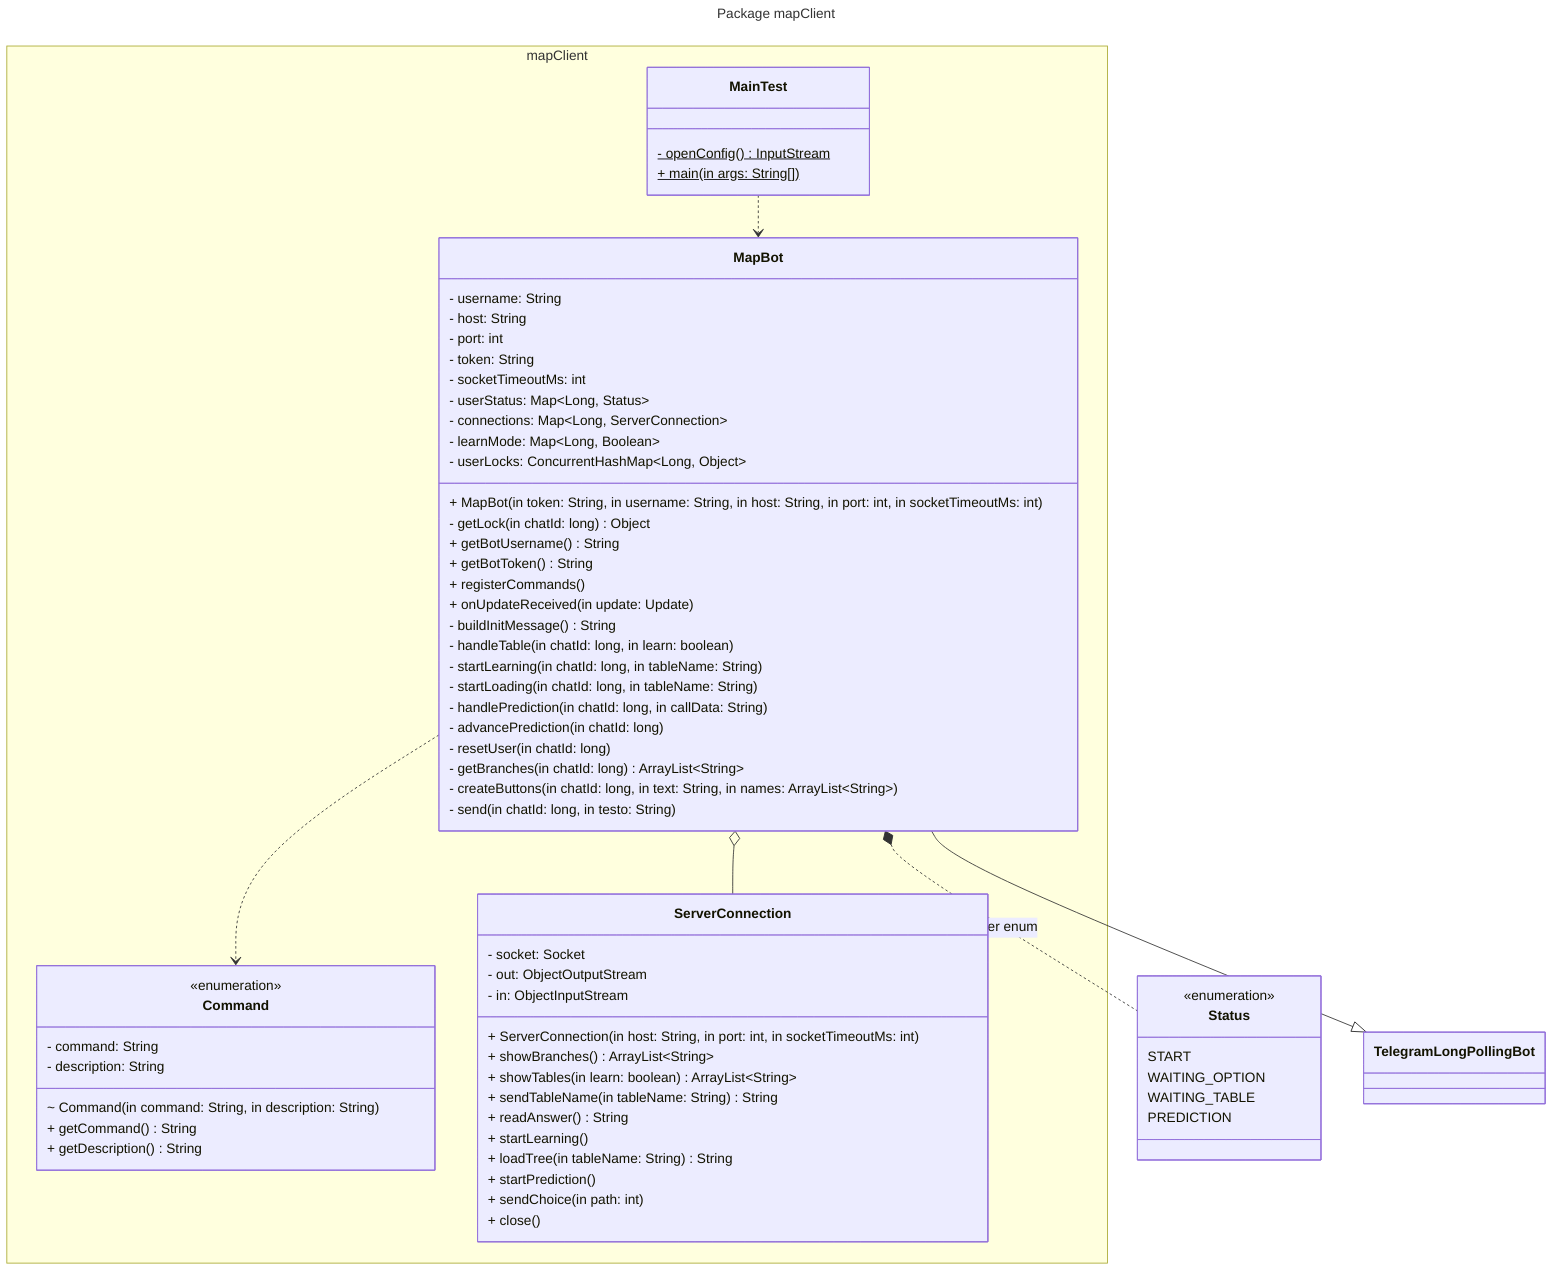
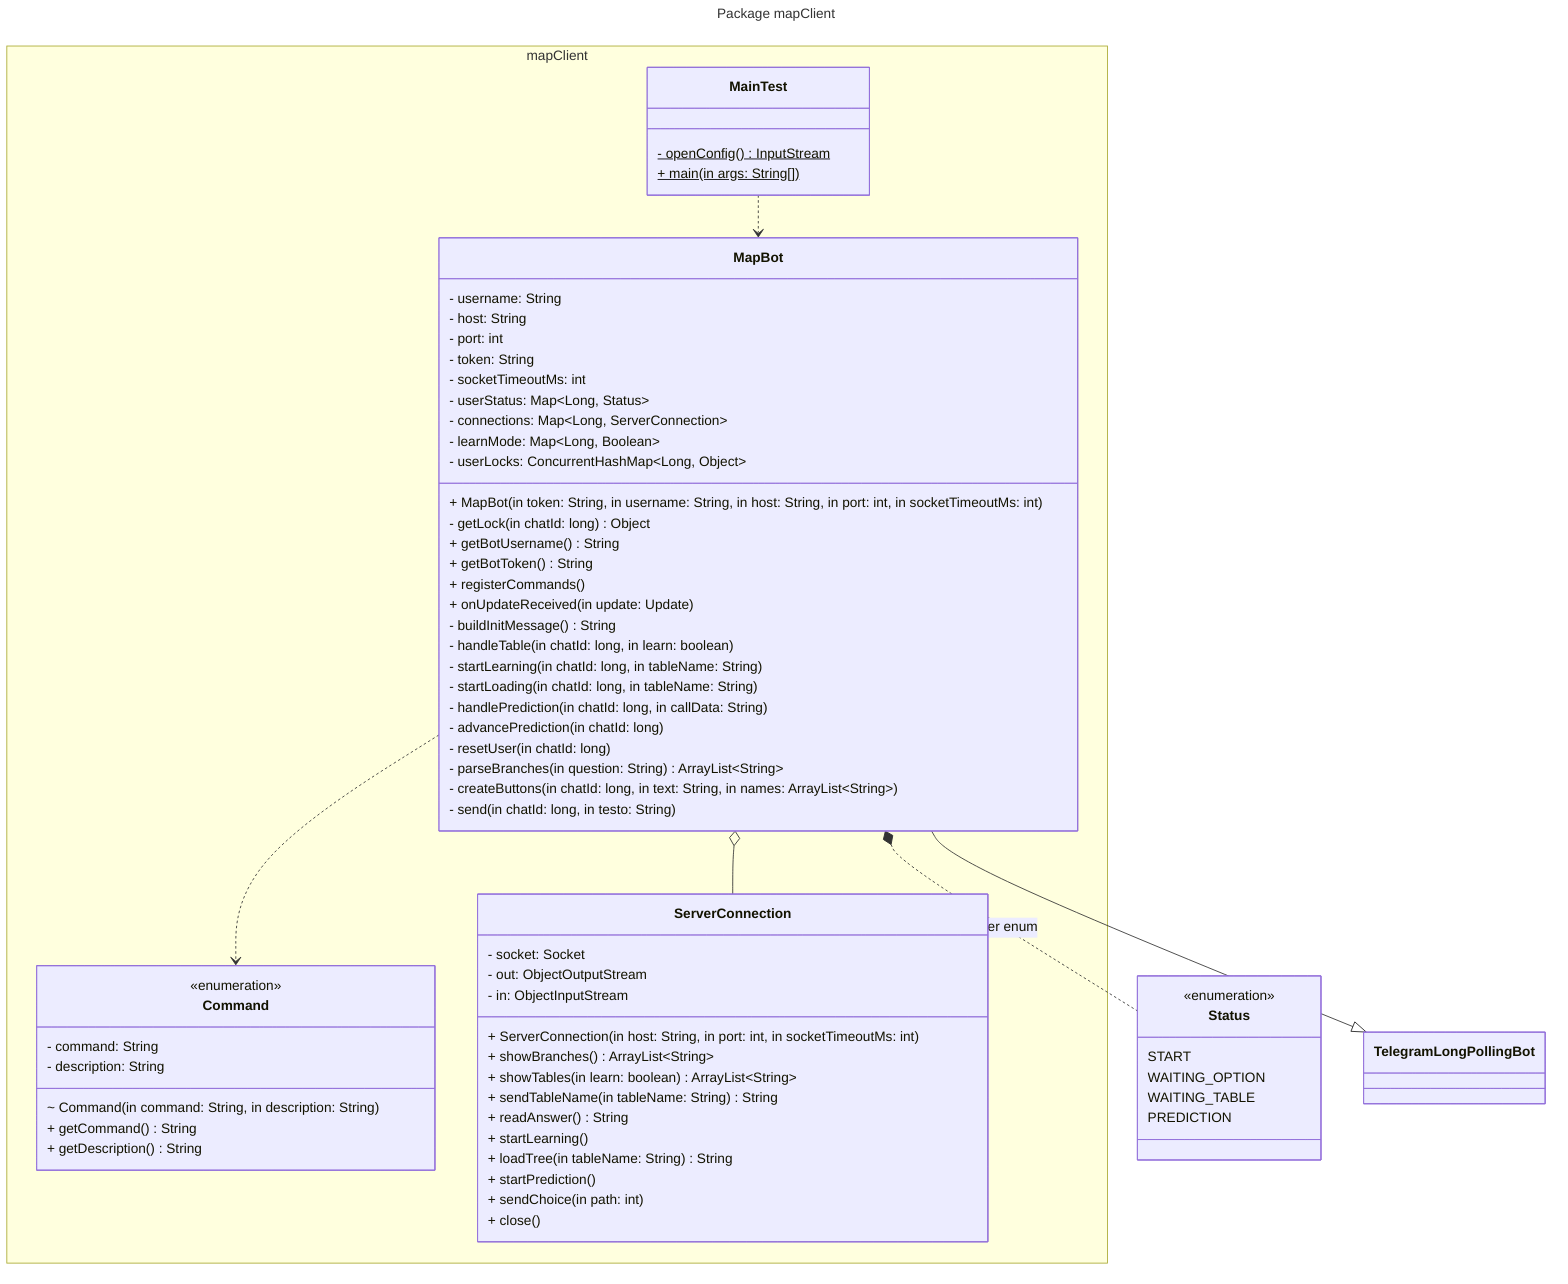
---
title: Package mapClient
---
classDiagram
namespace mapClient {
  class Command
  class MainTest
  class MapBot
  class ServerConnection
}

class Command {
  <<enumeration>>
  - command: String
  - description: String
  ~ Command(in command: String, in description: String)
  + getCommand() String
  + getDescription() String
}

class MainTest {
  - openConfig()$ InputStream
  + main(in args: String[])$
}

class MapBot {
  - username: String
  - host: String
  - port: int
  - token: String
  - socketTimeoutMs: int
  - userStatus: Map~Long, Status~
  - connections: Map~Long, ServerConnection~
  - learnMode: Map~Long, Boolean~
  - userLocks: ConcurrentHashMap~Long, Object~
  + MapBot(in token: String, in username: String, in host: String, in port: int, in socketTimeoutMs: int)
  - getLock(in chatId: long) Object
  + getBotUsername() String
  + getBotToken() String
  + registerCommands()
  + onUpdateReceived(in update: Update)
  - buildInitMessage() String
  - handleTable(in chatId: long, in learn: boolean)
  - startLearning(in chatId: long, in tableName: String)
  - startLoading(in chatId: long, in tableName: String)
  - handlePrediction(in chatId: long, in callData: String)
  - advancePrediction(in chatId: long)
  - resetUser(in chatId: long)
-   - getBranches(in chatId: long) ArrayList~String~
+   - parseBranches(in question: String) ArrayList~String~
  - createButtons(in chatId: long, in text: String, in names: ArrayList~String~)
  - send(in chatId: long, in testo: String)
}

class Status {
  <<enumeration>>
  START
  WAITING_OPTION
  WAITING_TABLE
  PREDICTION
}

class ServerConnection {
  - socket: Socket
  - out: ObjectOutputStream
  - in: ObjectInputStream
  + ServerConnection(in host: String, in port: int, in socketTimeoutMs: int)
  + showBranches() ArrayList~String~
  + showTables(in learn: boolean) ArrayList~String~
  + sendTableName(in tableName: String) String
  + readAnswer() String
  + startLearning()
  + loadTree(in tableName: String) String
  + startPrediction()
  + sendChoice(in path: int)
  + close()
}

class TelegramLongPollingBot {
}

MapBot --|> TelegramLongPollingBot
MapBot *.. Status : inner enum
MapBot o-- ServerConnection
MapBot ..> Command
MainTest ..> MapBot
